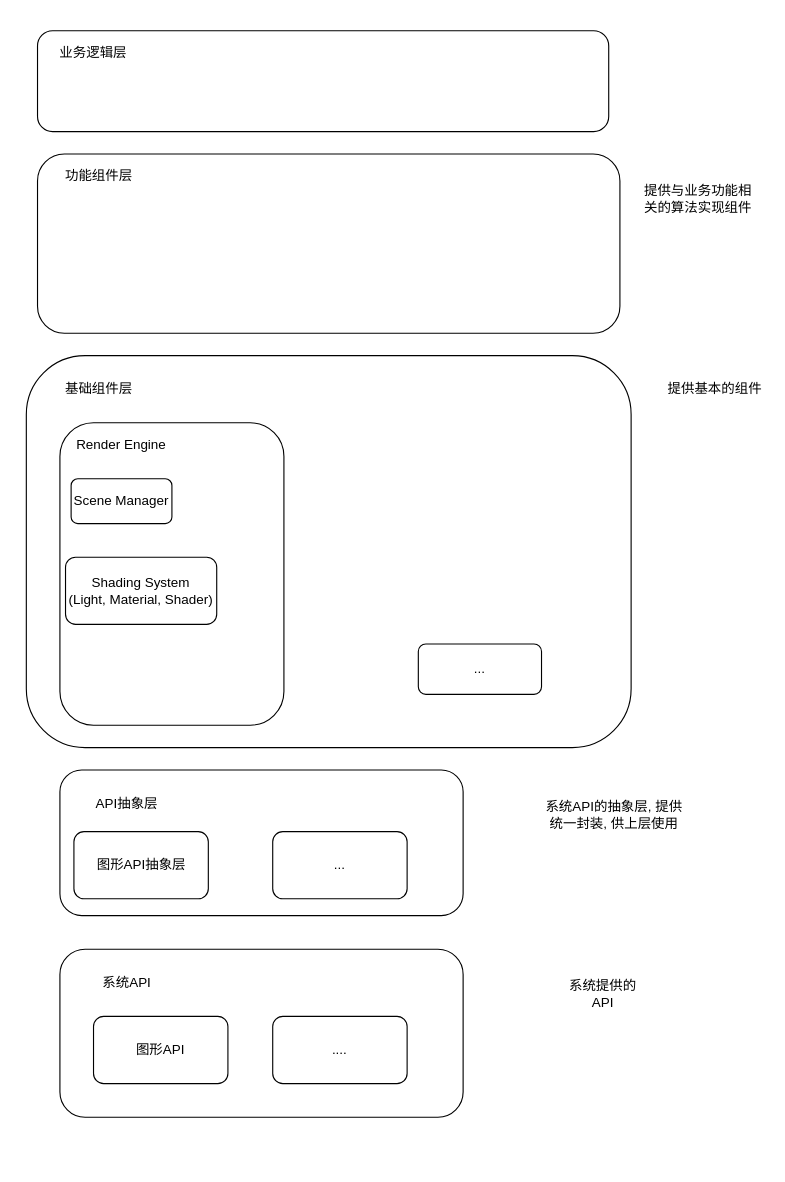
The draw.io diagram work_alg_xiaoyin/zsw.drawio in wegatron/zsw_note, before the edit. Source tidied: cells renumbered, new cells numbered last; positions are measured from the earlier drawing's top-left corner, leaving out a move shared by most shapes. Both pictures are drawn from the tidied source at 112%, with x=0, y=0 at pixel (26, 30).
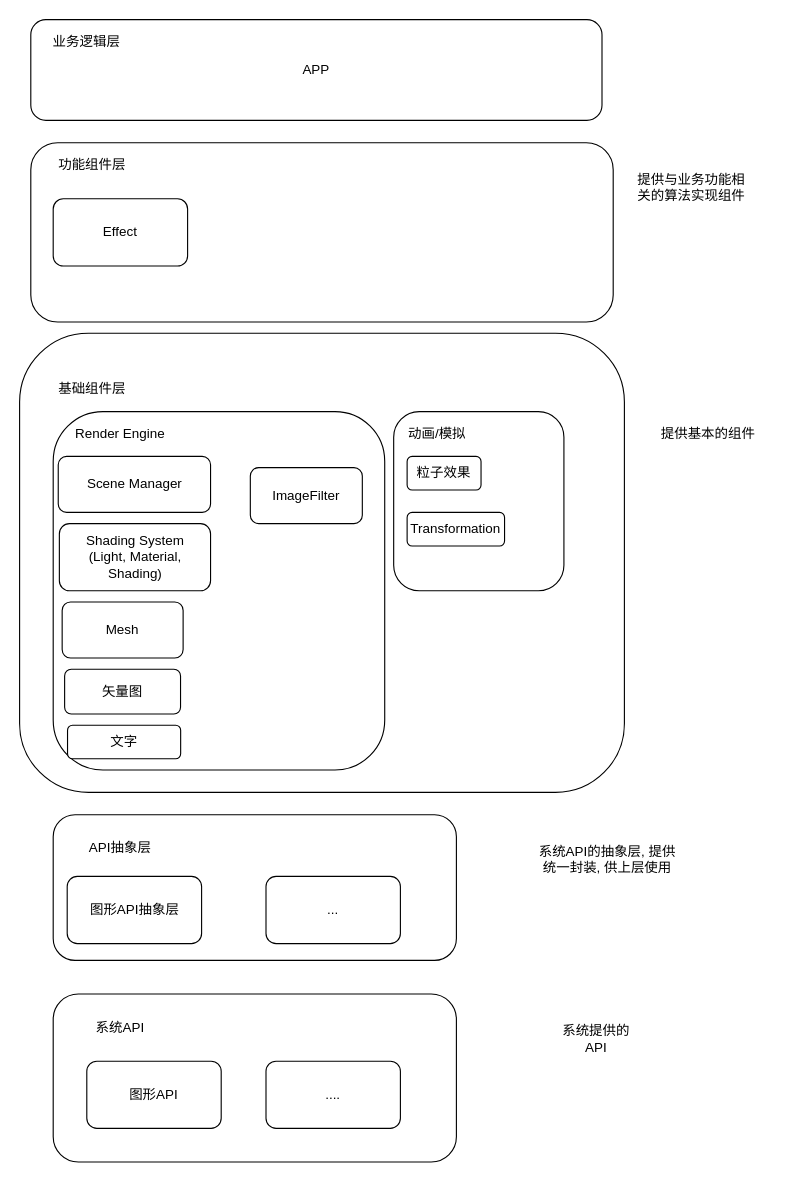
The same diagram, later.

Commit message (it also covers changes not shown here):
update render_engine

What changed in the source:
```diff
@@
     <mxCell id="2" style="rounded=1;whiteSpace=wrap;html=1;" parent="1" vertex="1">
-      <mxGeometry x="30" y="820" width="360" height="150" as="geometry" />
+      <mxGeometry x="24" y="860" width="360" height="150" as="geometry" />
     </mxCell>
     <mxCell id="3" value="图形API" style="rounded=1;whiteSpace=wrap;html=1;" parent="1" vertex="1">
-      <mxGeometry x="60" y="880" width="120" height="60" as="geometry" />
+      <mxGeometry x="54" y="920" width="120" height="60" as="geometry" />
     </mxCell>
     <mxCell id="4" value="...." style="rounded=1;whiteSpace=wrap;html=1;" parent="1" vertex="1">
-      <mxGeometry x="220" y="880" width="120" height="60" as="geometry" />
+      <mxGeometry x="214" y="920" width="120" height="60" as="geometry" />
     </mxCell>
     <mxCell id="5" value="系统API" style="text;html=1;strokeColor=none;fillColor=none;align=center;verticalAlign=middle;whiteSpace=wrap;rounded=0;" parent="1" vertex="1">
-      <mxGeometry x="60" y="840" width="60" height="20" as="geometry" />
+      <mxGeometry x="54" y="880" width="60" height="20" as="geometry" />
     </mxCell>
     <mxCell id="6" style="rounded=1;whiteSpace=wrap;html=1;" parent="1" vertex="1">
-      <mxGeometry x="30" y="660" width="360" height="130" as="geometry" />
+      <mxGeometry x="24" y="700" width="360" height="130" as="geometry" />
     </mxCell>
     <mxCell id="7" value="图形API抽象层" style="rounded=1;whiteSpace=wrap;html=1;" parent="1" vertex="1">
-      <mxGeometry x="42.5" y="715" width="120" height="60" as="geometry" />
+      <mxGeometry x="36.5" y="755" width="120" height="60" as="geometry" />
     </mxCell>
     <mxCell id="8" value="API抽象层" style="text;html=1;strokeColor=none;fillColor=none;align=center;verticalAlign=middle;whiteSpace=wrap;rounded=0;" parent="1" vertex="1">
-      <mxGeometry x="50" y="680" width="80" height="20" as="geometry" />
+      <mxGeometry x="44" y="720" width="80" height="20" as="geometry" />
     </mxCell>
     <mxCell id="9" style="rounded=1;whiteSpace=wrap;html=1;" parent="1" vertex="1">
-      <mxGeometry y="290" width="540" height="350" as="geometry" />
+      <mxGeometry x="-6" y="270" width="540" height="410" as="geometry" />
     </mxCell>
     <mxCell id="10" value="系统API的抽象层, 提供统一封装, 供上层使用" style="text;html=1;strokeColor=none;fillColor=none;align=center;verticalAlign=middle;whiteSpace=wrap;rounded=0;" parent="1" vertex="1">
-      <mxGeometry x="460" y="680" width="130" height="40" as="geometry" />
+      <mxGeometry x="454" y="720" width="130" height="40" as="geometry" />
     </mxCell>
     <mxCell id="11" value="系统提供的API" style="text;html=1;strokeColor=none;fillColor=none;align=center;verticalAlign=middle;whiteSpace=wrap;rounded=0;" parent="1" vertex="1">
-      <mxGeometry x="480" y="850" width="70" height="20" as="geometry" />
+      <mxGeometry x="474" y="890" width="70" height="20" as="geometry" />
     </mxCell>
     <mxCell id="12" value="..." style="rounded=1;whiteSpace=wrap;html=1;" parent="1" vertex="1">
-      <mxGeometry x="220" y="715" width="120" height="60" as="geometry" />
+      <mxGeometry x="214" y="755" width="120" height="60" as="geometry" />
     </mxCell>
     <mxCell id="13" style="rounded=1;whiteSpace=wrap;html=1;" parent="1" vertex="1">
-      <mxGeometry x="30" y="350" width="200" height="270" as="geometry" />
+      <mxGeometry x="24" y="340" width="296" height="320" as="geometry" />
     </mxCell>
     <mxCell id="14" value="基础组件层" style="text;html=1;strokeColor=none;fillColor=none;align=center;verticalAlign=middle;whiteSpace=wrap;rounded=0;" parent="1" vertex="1">
-      <mxGeometry x="30" y="310" width="70" height="20" as="geometry" />
+      <mxGeometry x="24" y="310" width="70" height="20" as="geometry" />
     </mxCell>
-    <mxCell id="15" value="..." style="rounded=1;whiteSpace=wrap;html=1;" parent="1" vertex="1">
-      <mxGeometry x="350" y="547.5" width="110" height="45" as="geometry" />
-    </mxCell>
     <mxCell id="16" value="Render Engine" style="text;html=1;strokeColor=none;fillColor=none;align=center;verticalAlign=middle;whiteSpace=wrap;rounded=0;" parent="1" vertex="1">
-      <mxGeometry x="40" y="360" width="90" height="20" as="geometry" />
+      <mxGeometry x="39" y="350" width="90" height="20" as="geometry" />
     </mxCell>
     <mxCell id="17" value="Scene Manager" style="rounded=1;whiteSpace=wrap;html=1;" parent="1" vertex="1">
-      <mxGeometry x="40" y="400" width="90" height="40" as="geometry" />
+      <mxGeometry x="28.5" y="380" width="136" height="50" as="geometry" />
     </mxCell>
-    <mxCell id="18" value="Shading System&lt;br&gt;(Light, Material, Shader)" style="rounded=1;whiteSpace=wrap;html=1;" parent="1" vertex="1">
-      <mxGeometry x="35" y="470" width="135" height="60" as="geometry" />
+    <mxCell id="18" value="Shading System&lt;br&gt;(Light, Material, Shading)" style="rounded=1;whiteSpace=wrap;html=1;" parent="1" vertex="1">
+      <mxGeometry x="29.5" y="440" width="135" height="60" as="geometry" />
     </mxCell>
     <mxCell id="19" style="rounded=1;whiteSpace=wrap;html=1;" parent="1" vertex="1">
-      <mxGeometry x="10" y="110" width="520" height="160" as="geometry" />
+      <mxGeometry x="4" y="100" width="520" height="160" as="geometry" />
     </mxCell>
-    <mxCell id="20" style="rounded=1;whiteSpace=wrap;html=1;" parent="1" vertex="1">
-      <mxGeometry x="10" width="510" height="90" as="geometry" />
+    <mxCell id="20" value="APP" style="rounded=1;whiteSpace=wrap;html=1;" parent="1" vertex="1">
+      <mxGeometry x="4" y="-10" width="510" height="90" as="geometry" />
     </mxCell>
     <mxCell id="21" value="业务逻辑层" style="text;html=1;strokeColor=none;fillColor=none;align=center;verticalAlign=middle;whiteSpace=wrap;rounded=0;" parent="1" vertex="1">
-      <mxGeometry x="20" y="10" width="80" height="20" as="geometry" />
+      <mxGeometry x="14" width="80" height="20" as="geometry" />
     </mxCell>
     <mxCell id="22" value="功能组件层" style="text;html=1;strokeColor=none;fillColor=none;align=center;verticalAlign=middle;whiteSpace=wrap;rounded=0;" parent="1" vertex="1">
-      <mxGeometry x="30" y="120" width="70" height="20" as="geometry" />
+      <mxGeometry x="24" y="110" width="70" height="20" as="geometry" />
     </mxCell>
@@
     <mxCell id="24" value="提供基本的组件" style="text;html=1;strokeColor=none;fillColor=none;align=center;verticalAlign=middle;whiteSpace=wrap;rounded=0;" parent="1" vertex="1">
-      <mxGeometry x="570" y="310" width="90" height="20" as="geometry" />
+      <mxGeometry x="564" y="350" width="90" height="20" as="geometry" />
     </mxCell>
     <mxCell id="25" value="提供与业务功能相关的算法实现组件" style="text;html=1;strokeColor=none;fillColor=none;align=center;verticalAlign=middle;whiteSpace=wrap;rounded=0;" parent="1" vertex="1">
-      <mxGeometry x="550" y="140" width="100" height="20" as="geometry" />
+      <mxGeometry x="544" y="130" width="100" height="20" as="geometry" />
     </mxCell>
+    <mxCell id="26" value="ImageFilter" style="rounded=1;whiteSpace=wrap;html=1;" parent="1" vertex="1">
+      <mxGeometry x="200" y="390" width="100" height="50" as="geometry" />
+    </mxCell>
+    <mxCell id="27" value="矢量图" style="rounded=1;whiteSpace=wrap;html=1;" parent="1" vertex="1">
+      <mxGeometry x="34.2" y="570" width="103.5" height="40" as="geometry" />
+    </mxCell>
+    <mxCell id="28" style="rounded=1;whiteSpace=wrap;html=1;" parent="1" vertex="1">
+      <mxGeometry x="328" y="340" width="152" height="160" as="geometry" />
+    </mxCell>
+    <mxCell id="29" value="Effect" style="rounded=1;whiteSpace=wrap;html=1;" parent="1" vertex="1">
+      <mxGeometry x="24" y="150" width="120" height="60" as="geometry" />
+    </mxCell>
+    <mxCell id="30" value="Mesh" style="rounded=1;whiteSpace=wrap;html=1;" parent="1" vertex="1">
+      <mxGeometry x="32" y="510" width="108" height="50" as="geometry" />
+    </mxCell>
+    <mxCell id="31" value="文字" style="rounded=1;whiteSpace=wrap;html=1;" parent="1" vertex="1">
+      <mxGeometry x="36.8" y="620" width="101" height="30" as="geometry" />
+    </mxCell>
+    <mxCell id="32" style="edgeStyle=orthogonalEdgeStyle;rounded=0;orthogonalLoop=1;jettySize=auto;html=1;exitX=0.5;exitY=1;exitDx=0;exitDy=0;" parent="1" edge="1" source="26" target="26">
+      <mxGeometry relative="1" as="geometry" />
+    </mxCell>
+    <mxCell id="33" value="动画/模拟" style="text;html=1;strokeColor=none;fillColor=none;align=center;verticalAlign=middle;whiteSpace=wrap;rounded=0;" parent="1" vertex="1">
+      <mxGeometry x="334" y="350" width="66" height="20" as="geometry" />
+    </mxCell>
+    <mxCell id="34" value="粒子效果" style="rounded=1;whiteSpace=wrap;html=1;" parent="1" vertex="1">
+      <mxGeometry x="340" y="380" width="66" height="30" as="geometry" />
+    </mxCell>
+    <mxCell id="35" value="Transformation" style="rounded=1;whiteSpace=wrap;html=1;" parent="1" vertex="1">
+      <mxGeometry x="340" y="430" width="87" height="30" as="geometry" />
+    </mxCell>
```
